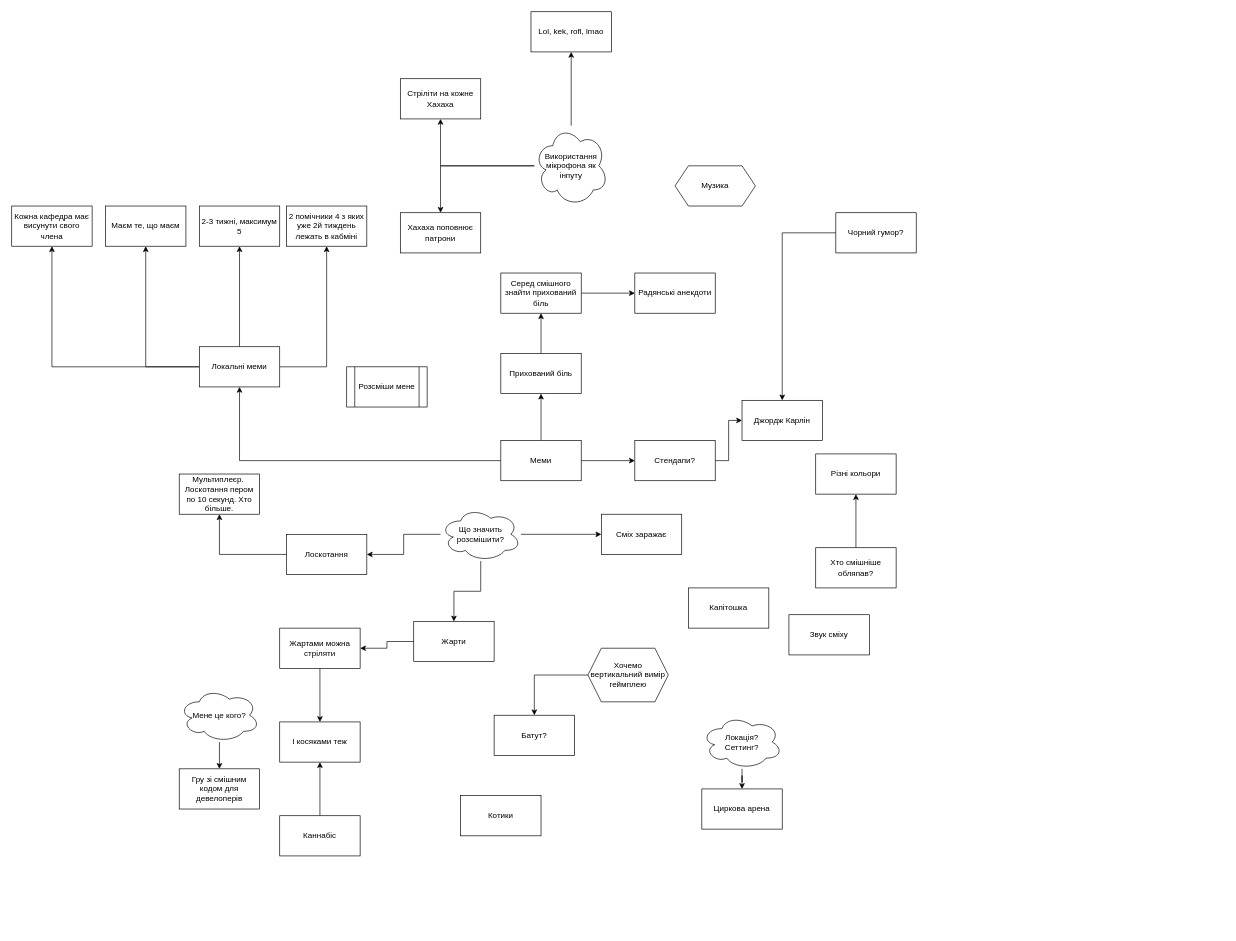
The draw.io diagram Ideas.drawio in ALaborate/Jam24, before the edit. Source tidied: cells renumbered, new cells numbered last; positions are measured from the earlier drawing's top-left corner, leaving out a move shared by most shapes. Both pictures are drawn from the tidied source at 67%, with x=0, y=0 at pixel (11, 11).
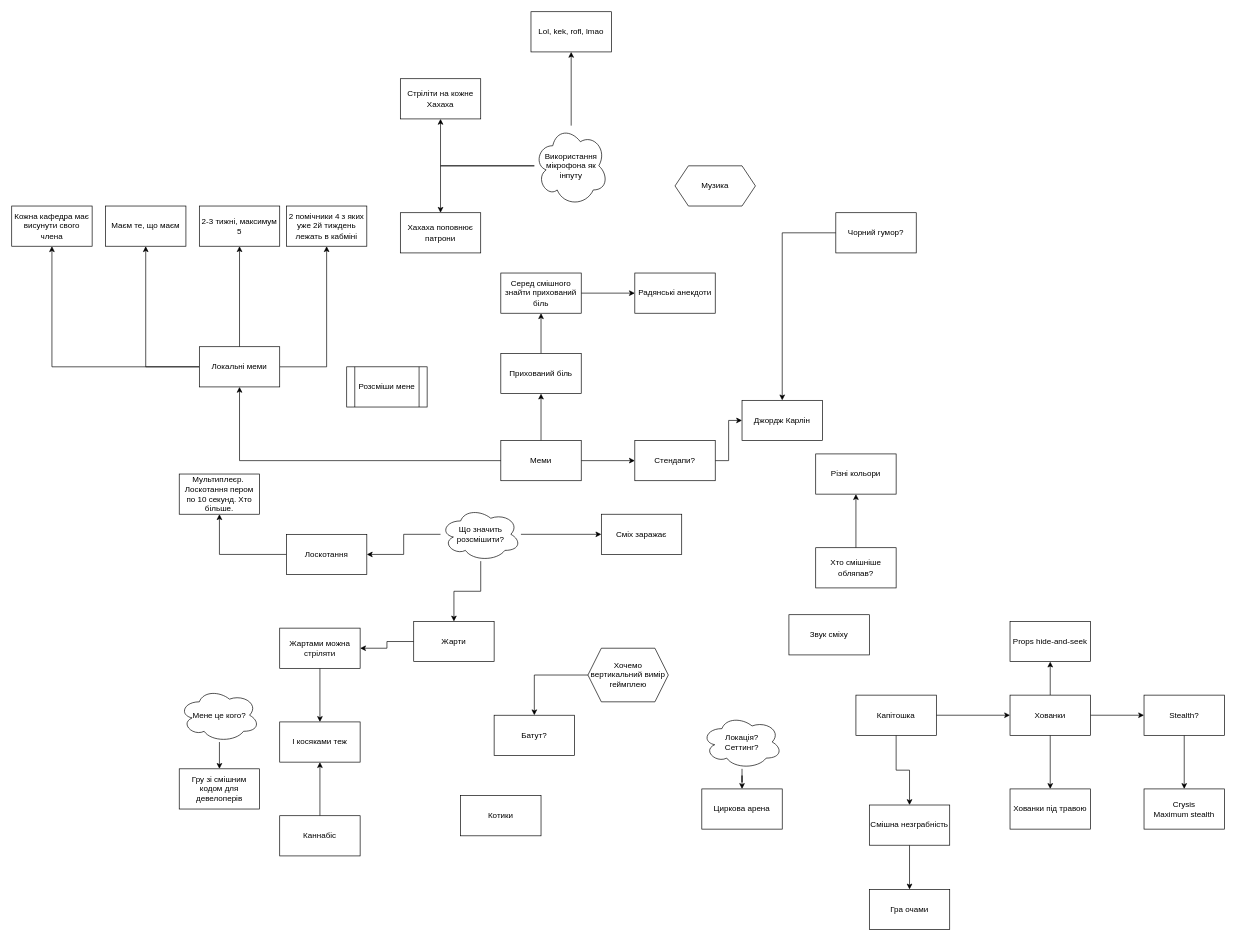
Above is the later version.

Commit message (it also covers changes not shown here):
Kapitoshka ideas

Change to the diagram source:
```diff
@@
+    <mxCell id="64" style="edgeStyle=orthogonalEdgeStyle;rounded=0;jettySize=auto;html=1;" parent="1" edge="1" source="24" target="70">
+      <mxGeometry relative="1" as="geometry" />
+    </mxCell>
+    <mxCell id="65" style="edgeStyle=orthogonalEdgeStyle;rounded=0;jettySize=auto;html=1;" parent="1" edge="1" source="24" target="72">
+      <mxGeometry relative="1" as="geometry" />
+    </mxCell>
     <mxCell id="24" value="Капітошка" style="whiteSpace=wrap;html=1;" parent="1" vertex="1">
-      <mxGeometry x="1010" y="860" width="120" height="60" as="geometry" />
+      <mxGeometry x="1260" y="1020" width="120" height="60" as="geometry" />
     </mxCell>
@@
+    <mxCell id="66" value="Гра очами" style="whiteSpace=wrap;html=1;" parent="1" vertex="1">
+      <mxGeometry x="1280" y="1310" width="120" height="60" as="geometry" />
+    </mxCell>
+    <mxCell id="67" style="edgeStyle=orthogonalEdgeStyle;rounded=0;jettySize=auto;html=1;" parent="1" edge="1" source="70" target="73">
+      <mxGeometry relative="1" as="geometry" />
+    </mxCell>
+    <mxCell id="68" style="edgeStyle=orthogonalEdgeStyle;rounded=0;jettySize=auto;html=1;" parent="1" edge="1" source="70" target="75">
+      <mxGeometry relative="1" as="geometry" />
+    </mxCell>
+    <mxCell id="69" style="edgeStyle=orthogonalEdgeStyle;rounded=0;jettySize=auto;html=1;" parent="1" edge="1" source="70" target="77">
+      <mxGeometry relative="1" as="geometry" />
+    </mxCell>
+    <mxCell id="70" value="Хованки" style="whiteSpace=wrap;html=1;" parent="1" vertex="1">
+      <mxGeometry x="1490" y="1020" width="120" height="60" as="geometry" />
+    </mxCell>
+    <mxCell id="71" style="edgeStyle=orthogonalEdgeStyle;rounded=0;jettySize=auto;html=1;" parent="1" edge="1" source="72" target="66">
+      <mxGeometry relative="1" as="geometry" />
+    </mxCell>
+    <mxCell id="72" value="Смішна незграбність" style="whiteSpace=wrap;html=1;" parent="1" vertex="1">
+      <mxGeometry x="1280" y="1184" width="120" height="60" as="geometry" />
+    </mxCell>
+    <mxCell id="73" value="Props hide-and-seek" style="whiteSpace=wrap;html=1;" parent="1" vertex="1">
+      <mxGeometry x="1490" y="910" width="120" height="60" as="geometry" />
+    </mxCell>
+    <mxCell id="74" style="edgeStyle=orthogonalEdgeStyle;rounded=0;jettySize=auto;html=1;" parent="1" edge="1" source="75" target="76">
+      <mxGeometry relative="1" as="geometry" />
+    </mxCell>
+    <mxCell id="75" value="Stealth?" style="whiteSpace=wrap;html=1;" parent="1" vertex="1">
+      <mxGeometry x="1690" y="1020" width="120" height="60" as="geometry" />
+    </mxCell>
+    <mxCell id="76" value="Crysis&lt;br&gt;Maximum stealth" style="whiteSpace=wrap;html=1;" parent="1" vertex="1">
+      <mxGeometry x="1690" y="1160" width="120" height="60" as="geometry" />
+    </mxCell>
+    <mxCell id="77" value="Хованки під травою" style="whiteSpace=wrap;html=1;" parent="1" vertex="1">
+      <mxGeometry x="1490" y="1160" width="120" height="60" as="geometry" />
+    </mxCell>
```
